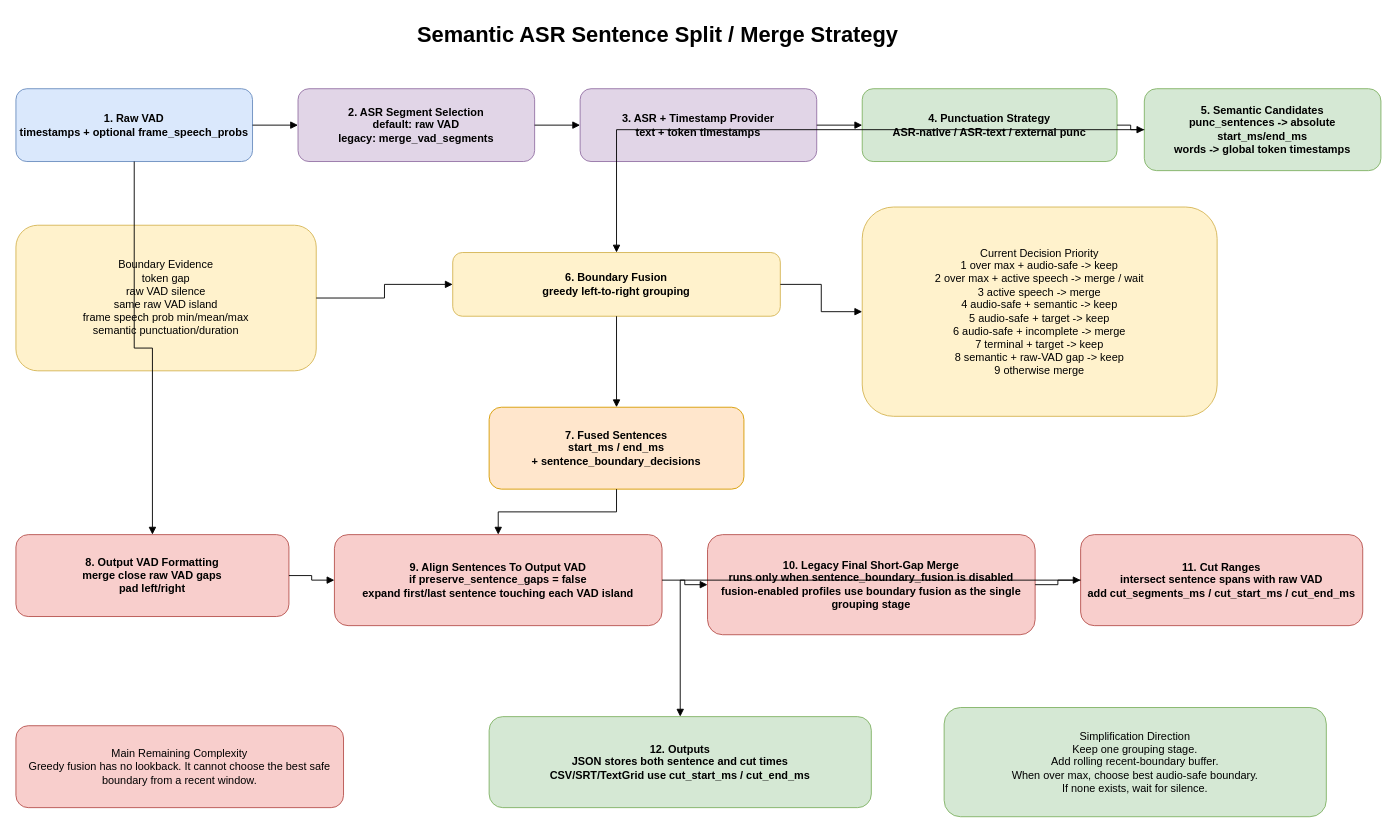
Earlier version of the draw.io diagram docs/sentence_split_merge_strategy.drawio (MXuer/FireRedASR2S). Source tidied: cells renumbered, new cells numbered last; positions are measured from the earlier drawing's top-left corner, leaving out a move shared by most shapes. Both pictures are drawn from the tidied source at 91%, with x=0, y=0 at pixel (15, 15).
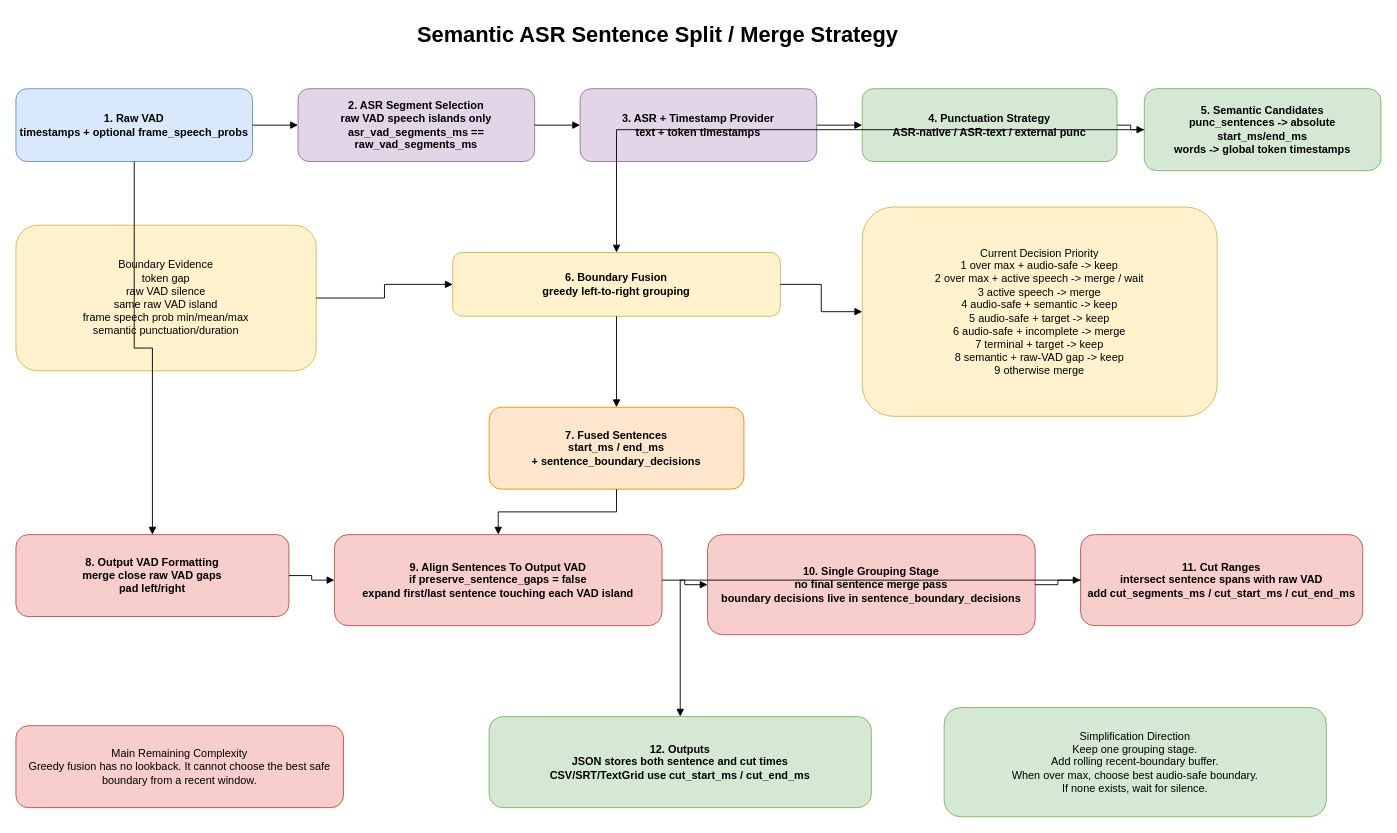
The same page after the edit.

What changed in the source:
```diff
@@
-    <mxCell id="4" value="2. ASR Segment Selection&#10;default: raw VAD&#10;legacy: merge_vad_segments" style="rounded=1;whiteSpace=wrap;html=1;fillColor=#e1d5e7;strokeColor=#9673a6;fontStyle=1;" parent="1" vertex="1">
+    <mxCell id="4" value="2. ASR Segment Selection&#10;raw VAD speech islands only&#10;asr_vad_segments_ms == raw_vad_segments_ms" style="rounded=1;whiteSpace=wrap;html=1;fillColor=#e1d5e7;strokeColor=#9673a6;fontStyle=1;" parent="1" vertex="1">
       <mxGeometry x="310" y="80" width="260" height="80" as="geometry" />
     </mxCell>
@@
-    <mxCell id="14" value="10. Legacy Final Short-Gap Merge&#10;runs only when sentence_boundary_fusion is disabled&#10;fusion-enabled profiles use boundary fusion as the single grouping stage" style="rounded=1;whiteSpace=wrap;html=1;fillColor=#f8cecc;strokeColor=#b85450;fontStyle=1;" parent="1" vertex="1">
+    <mxCell id="14" value="10. Single Grouping Stage&#10;no final sentence merge pass&#10;boundary decisions live in sentence_boundary_decisions" style="rounded=1;whiteSpace=wrap;html=1;fillColor=#f8cecc;strokeColor=#b85450;fontStyle=1;" parent="1" vertex="1">
       <mxGeometry x="760" y="570" width="360" height="110" as="geometry" />
     </mxCell>
```
